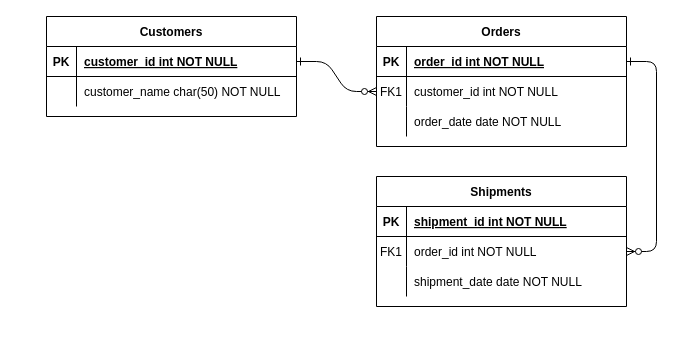
Above: DB_E_R.drawio in daiguashaoya/Database (draw.io), before the change. Source tidied: cells renumbered, new cells numbered last; positions are measured from the earlier drawing's top-left corner, leaving out a move shared by most shapes. Both pictures are drawn from the tidied source at 100%, with x=0, y=0 at pixel (46, 16).
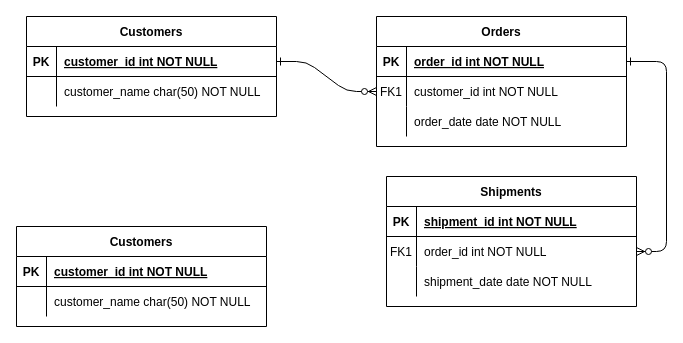
The same diagram, later.

What changed in the source:
```diff
@@
     <mxCell id="14" value="Shipments" style="shape=table;startSize=30;childLayout=tableLayout;rowLines=0;fontStyle=1;align=center;" parent="1" vertex="1">
-      <mxGeometry x="330" y="160" width="250" height="130" as="geometry" />
+      <mxGeometry x="340" y="160" width="250" height="130" as="geometry" />
     </mxCell>
@@
     <mxCell id="24" value="Customers" style="shape=table;startSize=30;childLayout=tableLayout;rowLines=0;fontStyle=1;align=center;" parent="1" vertex="1">
-      <mxGeometry width="250" height="100" as="geometry" />
+      <mxGeometry x="-20" width="250" height="100" as="geometry" />
     </mxCell>
@@
+    <mxCell id="31" value="Customers" style="shape=table;startSize=30;childLayout=tableLayout;rowLines=0;fontStyle=1;align=center;" parent="1" vertex="1">
+      <mxGeometry x="-30" y="210" width="250" height="100" as="geometry" />
+    </mxCell>
+    <mxCell id="32" style="shape=partialRectangle;fillColor=none;top=0;left=0;right=0;bottom=1;" parent="31" vertex="1">
+      <mxGeometry y="30" width="250" height="30" as="geometry" />
+    </mxCell>
+    <mxCell id="33" value="PK" style="shape=partialRectangle;overflow=hidden;fillColor=none;top=0;left=0;bottom=0;right=0;fontStyle=1;" parent="32" vertex="1">
+      <mxGeometry width="30" height="30" as="geometry" />
+    </mxCell>
+    <mxCell id="34" value="customer_id int NOT NULL " style="shape=partialRectangle;overflow=hidden;fillColor=none;top=0;left=0;bottom=0;right=0;align=left;spacingLeft=6;fontStyle=5;" parent="32" vertex="1">
+      <mxGeometry x="30" width="220" height="30" as="geometry" />
+    </mxCell>
+    <mxCell id="35" style="shape=partialRectangle;fillColor=none;top=0;left=0;right=0;bottom=0;" parent="31" vertex="1">
+      <mxGeometry y="60" width="250" height="30" as="geometry" />
+    </mxCell>
+    <mxCell id="36" style="shape=partialRectangle;overflow=hidden;fillColor=none;top=0;left=0;bottom=0;right=0;" parent="35" vertex="1">
+      <mxGeometry width="30" height="30" as="geometry" />
+    </mxCell>
+    <mxCell id="37" value="customer_name char(50) NOT NULL" style="shape=partialRectangle;overflow=hidden;fillColor=none;top=0;left=0;bottom=0;right=0;align=left;spacingLeft=6;" parent="35" vertex="1">
+      <mxGeometry x="30" width="220" height="30" as="geometry" />
+    </mxCell>
```
